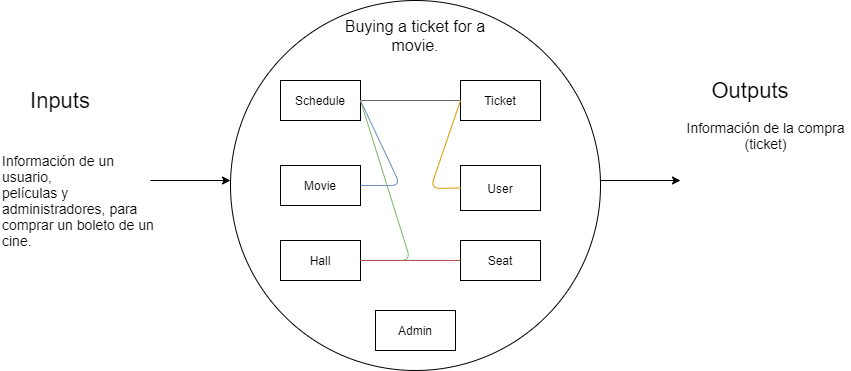
Before: ModularDiagram.png, a diagram exported from draw.io (VicenteRamirez/Practice). Source tidied: cells renumbered, new cells last; positions are measured from the earlier drawing's top-left corner, leaving out a move shared by most shapes. Source of this version:
```xml
<mxGraphModel>
  <root>
    <mxCell id="0" />
    <mxCell id="1" parent="0" />
    <mxCell id="2" style="ellipse;whiteSpace=wrap;html=1;" parent="1" vertex="1">
      <mxGeometry x="230" width="370" height="370" as="geometry" />
    </mxCell>
    <mxCell id="3" value="Admin" style="rounded=0;whiteSpace=wrap;html=1;" parent="1" vertex="1">
      <mxGeometry x="375" y="310" width="80" height="40" as="geometry" />
    </mxCell>
    <mxCell id="4" value="Seat" style="rounded=0;whiteSpace=wrap;html=1;" parent="1" vertex="1">
      <mxGeometry x="460" y="240" width="80" height="40" as="geometry" />
    </mxCell>
    <mxCell id="5" value="Hall" style="rounded=0;whiteSpace=wrap;html=1;" parent="1" vertex="1">
      <mxGeometry x="280" y="240" width="80" height="40" as="geometry" />
    </mxCell>
    <mxCell id="6" value="User" style="rounded=0;whiteSpace=wrap;html=1;" parent="1" vertex="1">
      <mxGeometry x="460" y="165" width="80" height="45" as="geometry" />
    </mxCell>
    <mxCell id="7" value="Movie" style="rounded=0;whiteSpace=wrap;html=1;" parent="1" vertex="1">
      <mxGeometry x="280" y="165" width="80" height="40" as="geometry" />
    </mxCell>
    <mxCell id="8" value="Ticket" style="rounded=0;whiteSpace=wrap;html=1;" parent="1" vertex="1">
      <mxGeometry x="460" y="80" width="80" height="40" as="geometry" />
    </mxCell>
    <mxCell id="9" value="Schedule" style="rounded=0;whiteSpace=wrap;html=1;" parent="1" vertex="1">
      <mxGeometry x="280" y="80" width="80" height="40" as="geometry" />
    </mxCell>
    <mxCell id="10" style="endArrow=none;html=1;exitX=1;exitY=0.5;exitDx=0;exitDy=0;entryX=0;entryY=0.5;entryDx=0;entryDy=0;fillColor=#f5f5f5;strokeColor=#666666;" parent="1" edge="1" source="9" target="8">
      <mxGeometry relative="1" as="geometry" />
    </mxCell>
    <mxCell id="11" style="endArrow=none;html=1;exitX=1;exitY=0.5;exitDx=0;exitDy=0;fillColor=#dae8fc;strokeColor=#6c8ebf;" parent="1" edge="1" source="9">
      <mxGeometry relative="1" as="geometry">
        <mxPoint x="360" y="185" as="targetPoint" />
        <Array as="points">
          <mxPoint x="400" y="185" />
        </Array>
      </mxGeometry>
    </mxCell>
    <mxCell id="12" style="endArrow=none;html=1;exitX=1;exitY=0.5;exitDx=0;exitDy=0;entryX=1;entryY=0.5;entryDx=0;entryDy=0;fillColor=#d5e8d4;strokeColor=#82b366;" parent="1" edge="1" source="9" target="5">
      <mxGeometry relative="1" as="geometry">
        <Array as="points">
          <mxPoint x="410" y="260" />
        </Array>
      </mxGeometry>
    </mxCell>
    <mxCell id="13" style="endArrow=none;html=1;entryX=0;entryY=0.5;entryDx=0;entryDy=0;exitX=0;exitY=0.5;exitDx=0;exitDy=0;fillColor=#ffe6cc;strokeColor=#d79b00;" parent="1" edge="1" source="6" target="8">
      <mxGeometry relative="1" as="geometry">
        <Array as="points">
          <mxPoint x="430" y="188" />
        </Array>
      </mxGeometry>
    </mxCell>
    <mxCell id="14" style="endArrow=none;html=1;exitX=1;exitY=0.5;exitDx=0;exitDy=0;entryX=0;entryY=0.5;entryDx=0;entryDy=0;fillColor=#f8cecc;strokeColor=#b85450;" parent="1" edge="1" source="5" target="4">
      <mxGeometry relative="1" as="geometry" />
    </mxCell>
    <mxCell id="15" value="&lt;font style=&quot;font-size: 16px&quot;&gt;Buying a ticket for a movie.&lt;/font&gt;" style="text;html=1;strokeColor=none;fillColor=none;align=center;verticalAlign=middle;whiteSpace=wrap;rounded=0;" parent="1" vertex="1">
      <mxGeometry x="330" y="20" width="170" height="30" as="geometry" />
    </mxCell>
    <mxCell id="16" value="&lt;font style=&quot;font-size: 22px&quot;&gt;Inputs&lt;/font&gt;" style="text;html=1;strokeColor=none;fillColor=none;align=center;verticalAlign=middle;whiteSpace=wrap;rounded=0;" parent="1" vertex="1">
      <mxGeometry x="40" y="90" width="40" height="20" as="geometry" />
    </mxCell>
    <mxCell id="17" value="&lt;font style=&quot;font-size: 22px&quot;&gt;Outputs&lt;/font&gt;" style="text;html=1;strokeColor=none;fillColor=none;align=center;verticalAlign=middle;whiteSpace=wrap;rounded=0;" parent="1" vertex="1">
      <mxGeometry x="730" y="80" width="40" height="20" as="geometry" />
    </mxCell>
    <mxCell id="18" style="endArrow=classic;html=1;" parent="1" edge="1">
      <mxGeometry relative="1" as="geometry">
        <mxPoint x="150" y="180" as="sourcePoint" />
        <mxPoint x="230" y="180" as="targetPoint" />
      </mxGeometry>
    </mxCell>
    <mxCell id="19" value="&lt;div&gt;&lt;span style=&quot;font-size: 14px&quot;&gt;Información de un usuario,&amp;nbsp;&lt;/span&gt;&lt;/div&gt;&lt;font style=&quot;font-size: 14px&quot;&gt;&lt;div&gt;&lt;span&gt;películas y administradores, para comprar un boleto de un cine.&lt;/span&gt;&lt;/div&gt;&lt;/font&gt;" style="text;html=1;strokeColor=none;fillColor=none;align=left;verticalAlign=middle;whiteSpace=wrap;rounded=0;" parent="1" vertex="1">
      <mxGeometry y="140" width="160" height="120" as="geometry" />
    </mxCell>
    <mxCell id="20" value="&lt;font style=&quot;font-size: 14px&quot;&gt;Información de la compra&lt;br&gt;(ticket)&lt;/font&gt;" style="text;html=1;align=center;verticalAlign=middle;" parent="1" vertex="1">
      <mxGeometry x="680" y="120" width="170" height="30" as="geometry" />
    </mxCell>
    <mxCell id="21" style="endArrow=classic;html=1;" parent="1" edge="1">
      <mxGeometry relative="1" as="geometry">
        <mxPoint x="600" y="180" as="sourcePoint" />
        <mxPoint x="680" y="180" as="targetPoint" />
      </mxGeometry>
    </mxCell>
  </root>
</mxGraphModel>
```
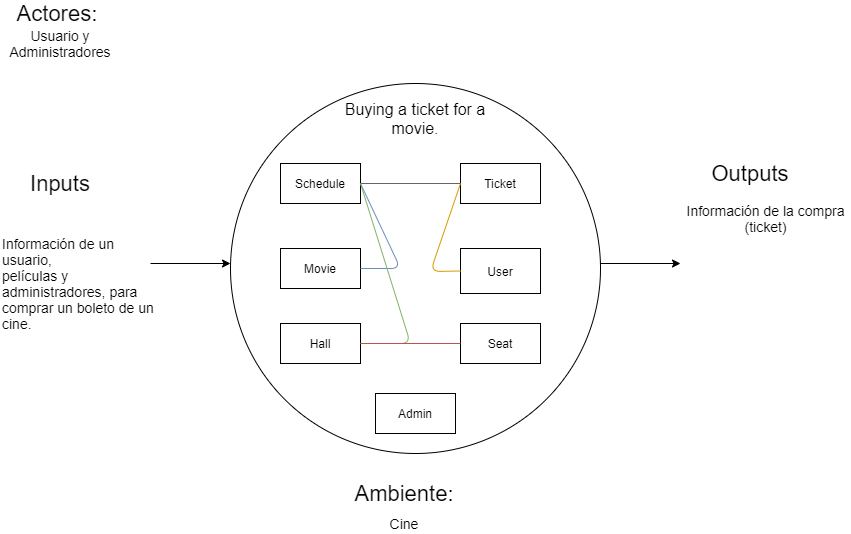
Later version of the same file.

Commit message:
Modular diagram edit

The edit, as a diff of the source:
```diff
@@ -81,5 +81,17 @@
         <mxPoint x="680" y="180" as="targetPoint" />
       </mxGeometry>
     </mxCell>
+    <mxCell id="22" value="&lt;font style=&quot;font-size: 22px&quot;&gt;Actores:&amp;nbsp;&lt;/font&gt;" style="text;html=1;strokeColor=none;fillColor=none;align=center;verticalAlign=middle;whiteSpace=wrap;rounded=0;" parent="1" vertex="1">
+      <mxGeometry x="40" y="-80" width="40" height="20" as="geometry" />
+    </mxCell>
+    <mxCell id="23" value="&lt;font style=&quot;font-size: 14px&quot;&gt;Usuario y Administradores&lt;/font&gt;" style="text;html=1;strokeColor=none;fillColor=none;align=center;verticalAlign=middle;whiteSpace=wrap;rounded=0;" parent="1" vertex="1">
+      <mxGeometry x="40" y="-50" width="40" height="20" as="geometry" />
+    </mxCell>
+    <mxCell id="24" value="&lt;font style=&quot;font-size: 22px&quot;&gt;Ambiente:&lt;/font&gt;" style="text;html=1;strokeColor=none;fillColor=none;align=center;verticalAlign=middle;whiteSpace=wrap;rounded=0;" parent="1" vertex="1">
+      <mxGeometry x="384" y="400" width="40" height="20" as="geometry" />
+    </mxCell>
+    <mxCell id="25" value="&lt;font style=&quot;font-size: 14px&quot;&gt;Cine&lt;/font&gt;" style="text;html=1;strokeColor=none;fillColor=none;align=center;verticalAlign=middle;whiteSpace=wrap;rounded=0;" parent="1" vertex="1">
+      <mxGeometry x="384" y="430" width="40" height="20" as="geometry" />
+    </mxCell>
   </root>
 </mxGraphModel>
```
